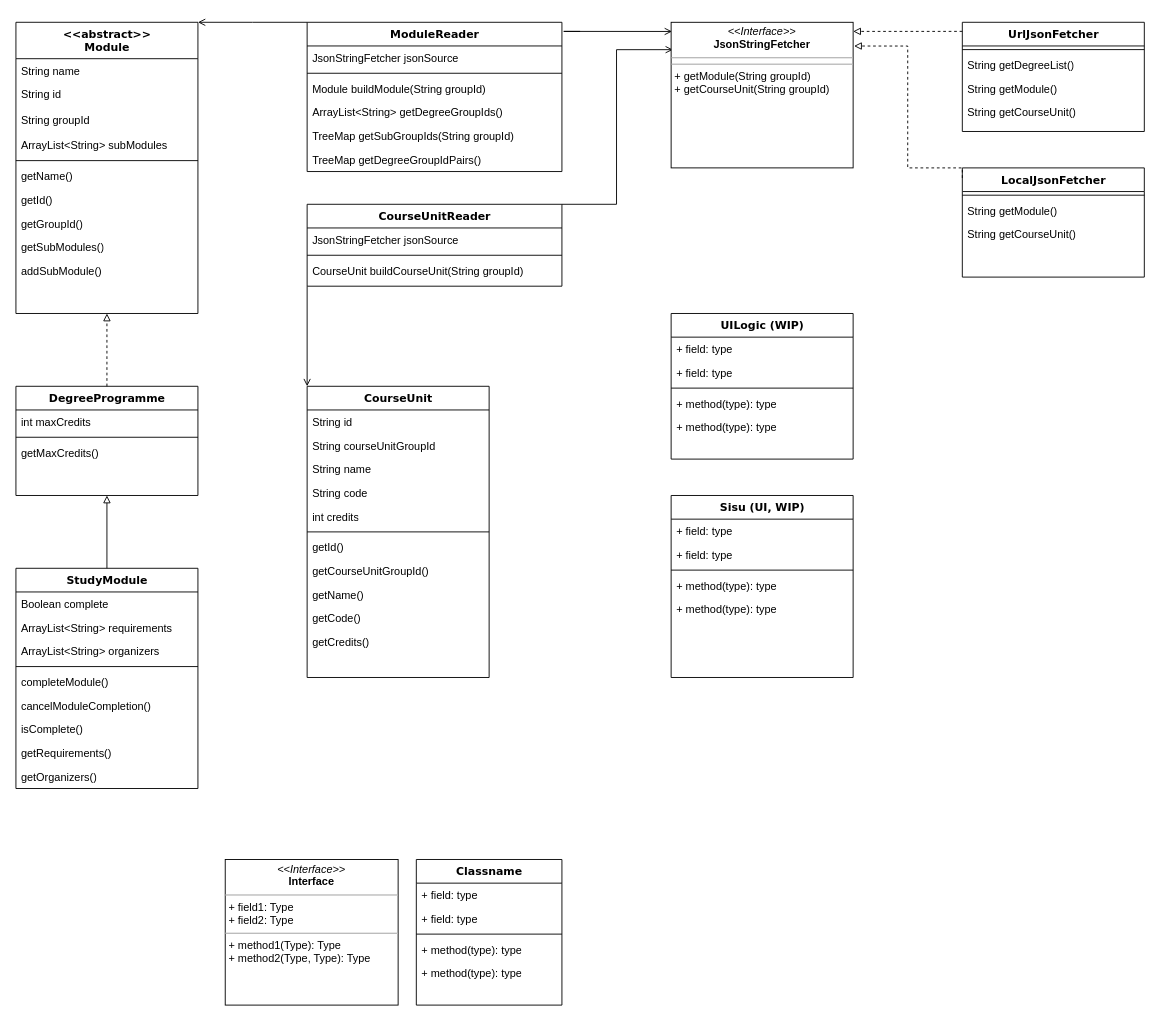
hasub0b/BetterSisu keeps this draw.io diagram as ClassDiagram.drawio. Above is the earlier version. Source tidied: cells renumbered, new cells numbered last; positions are measured from the earlier drawing's top-left corner, leaving out a move shared by most shapes. Both pictures are drawn from the tidied source at 91%, with x=0, y=0 at pixel (15, 22).
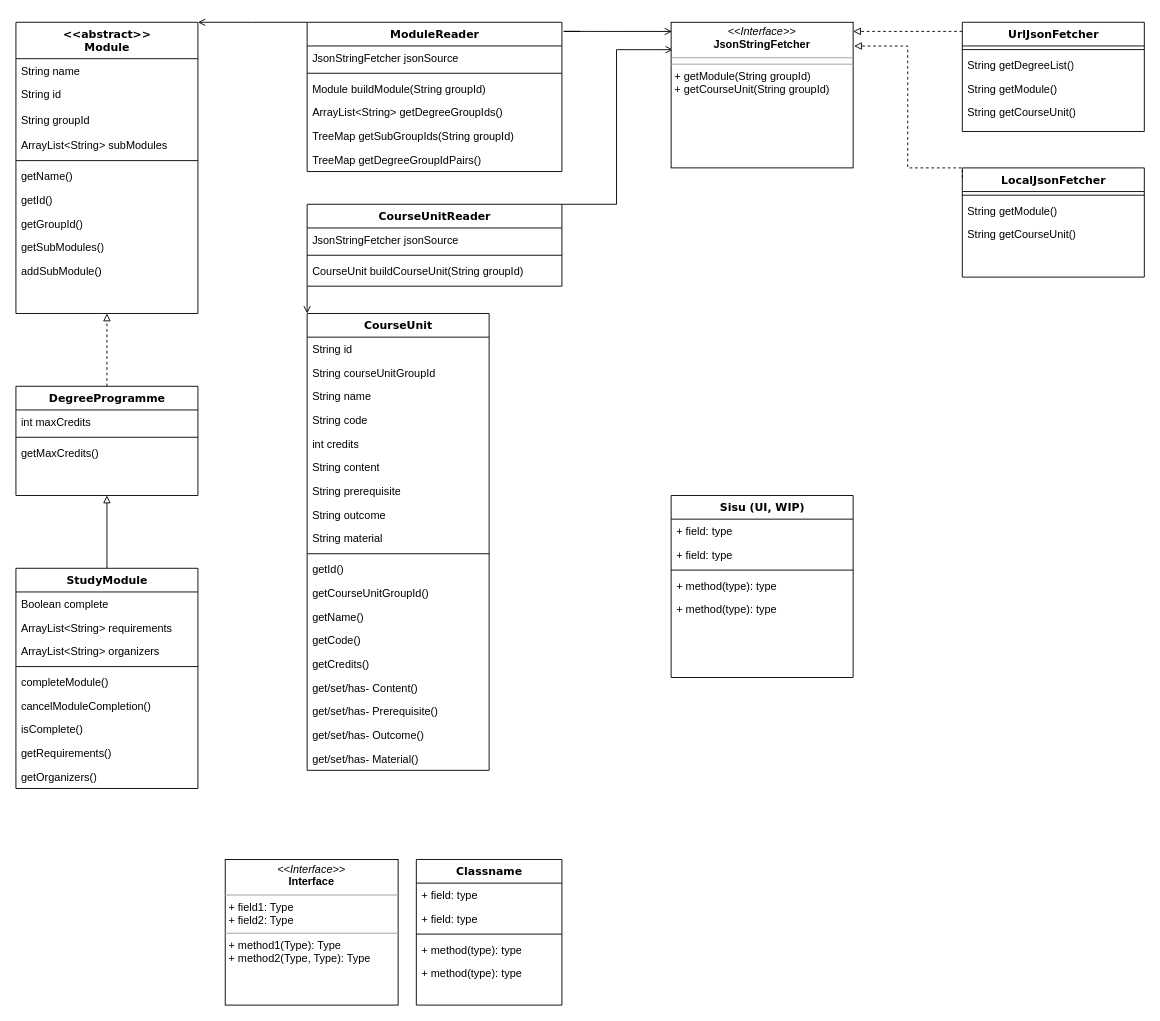
Above is the later version.

Commit message:
add additional CourseUnit info to diagram

The edit, as a diff of the source:
```diff
@@
     <mxCell id="36" value="CourseUnit" style="swimlane;html=1;fontStyle=1;align=center;verticalAlign=top;horizontal=1;startSize=26;swimlaneFillColor=#ffffff;rounded=0;shadow=0;comic=0;labelBackgroundColor=none;strokeWidth=1;fillColor=none;fontFamily=Verdana;fontSize=12;" parent="1" vertex="1">
-      <mxGeometry x="320" y="400" width="200" height="320" as="geometry" />
+      <mxGeometry x="320" y="320" width="200" height="502" as="geometry" />
     </mxCell>
@@
+    <mxCell id="87" value="&lt;div&gt;String content&lt;/div&gt;" style="text;html=1;strokeColor=none;fillColor=none;align=left;verticalAlign=top;spacingLeft=4;spacingRight=4;whiteSpace=wrap;overflow=hidden;" parent="36" vertex="1">
+      <mxGeometry y="156" width="200" height="26" as="geometry" />
+    </mxCell>
+    <mxCell id="88" value="&lt;div&gt;String prerequisite&lt;br&gt;&lt;/div&gt;" style="text;html=1;strokeColor=none;fillColor=none;align=left;verticalAlign=top;spacingLeft=4;spacingRight=4;whiteSpace=wrap;overflow=hidden;" parent="36" vertex="1">
+      <mxGeometry y="182" width="200" height="26" as="geometry" />
+    </mxCell>
+    <mxCell id="89" value="&lt;div&gt;String outcome&lt;br&gt;&lt;/div&gt;" style="text;html=1;strokeColor=none;fillColor=none;align=left;verticalAlign=top;spacingLeft=4;spacingRight=4;whiteSpace=wrap;overflow=hidden;" parent="36" vertex="1">
+      <mxGeometry y="208" width="200" height="26" as="geometry" />
+    </mxCell>
+    <mxCell id="90" value="&lt;div&gt;String material&lt;br&gt;&lt;/div&gt;" style="text;html=1;strokeColor=none;fillColor=none;align=left;verticalAlign=top;spacingLeft=4;spacingRight=4;whiteSpace=wrap;overflow=hidden;" parent="36" vertex="1">
+      <mxGeometry y="234" width="200" height="26" as="geometry" />
+    </mxCell>
     <mxCell id="42" style="line;html=1;strokeWidth=1;fillColor=none;align=left;verticalAlign=middle;spacingTop=-1;spacingLeft=3;spacingRight=3;labelPosition=right;" parent="36" vertex="1">
-      <mxGeometry y="156" width="200" height="8" as="geometry" />
+      <mxGeometry y="260" width="200" height="8" as="geometry" />
     </mxCell>
     <mxCell id="43" value="getId()" style="text;html=1;strokeColor=none;fillColor=none;align=left;verticalAlign=top;spacingLeft=4;spacingRight=4;whiteSpace=wrap;overflow=hidden;" parent="36" vertex="1">
-      <mxGeometry y="164" width="200" height="26" as="geometry" />
+      <mxGeometry y="268" width="200" height="26" as="geometry" />
     </mxCell>
     <mxCell id="44" value="getCourseUnitGroupId()" style="text;html=1;strokeColor=none;fillColor=none;align=left;verticalAlign=top;spacingLeft=4;spacingRight=4;whiteSpace=wrap;overflow=hidden;" parent="36" vertex="1">
-      <mxGeometry y="190" width="200" height="26" as="geometry" />
+      <mxGeometry y="294" width="200" height="26" as="geometry" />
     </mxCell>
     <mxCell id="45" value="getName()" style="text;html=1;strokeColor=none;fillColor=none;align=left;verticalAlign=top;spacingLeft=4;spacingRight=4;whiteSpace=wrap;overflow=hidden;" parent="36" vertex="1">
-      <mxGeometry y="216" width="200" height="26" as="geometry" />
+      <mxGeometry y="320" width="200" height="26" as="geometry" />
     </mxCell>
     <mxCell id="46" value="getCode()" style="text;html=1;strokeColor=none;fillColor=none;align=left;verticalAlign=top;spacingLeft=4;spacingRight=4;whiteSpace=wrap;overflow=hidden;" parent="36" vertex="1">
-      <mxGeometry y="242" width="200" height="26" as="geometry" />
+      <mxGeometry y="346" width="200" height="26" as="geometry" />
     </mxCell>
     <mxCell id="47" value="getCredits()" style="text;html=1;strokeColor=none;fillColor=none;align=left;verticalAlign=top;spacingLeft=4;spacingRight=4;whiteSpace=wrap;overflow=hidden;" parent="36" vertex="1">
-      <mxGeometry y="268" width="200" height="26" as="geometry" />
+      <mxGeometry y="372" width="200" height="26" as="geometry" />
     </mxCell>
+    <mxCell id="91" value="get/set/has- Content()" style="text;html=1;strokeColor=none;fillColor=none;align=left;verticalAlign=top;spacingLeft=4;spacingRight=4;whiteSpace=wrap;overflow=hidden;" parent="36" vertex="1">
+      <mxGeometry y="398" width="200" height="26" as="geometry" />
+    </mxCell>
+    <mxCell id="92" value="get/set/has- Prerequisite()" style="text;html=1;strokeColor=none;fillColor=none;align=left;verticalAlign=top;spacingLeft=4;spacingRight=4;whiteSpace=wrap;overflow=hidden;" parent="36" vertex="1">
+      <mxGeometry y="424" width="200" height="26" as="geometry" />
+    </mxCell>
+    <mxCell id="93" value="get/set/has- Outcome()" style="text;html=1;strokeColor=none;fillColor=none;align=left;verticalAlign=top;spacingLeft=4;spacingRight=4;whiteSpace=wrap;overflow=hidden;" parent="36" vertex="1">
+      <mxGeometry y="450" width="200" height="26" as="geometry" />
+    </mxCell>
+    <mxCell id="94" value="get/set/has- Material()" style="text;html=1;strokeColor=none;fillColor=none;align=left;verticalAlign=top;spacingLeft=4;spacingRight=4;whiteSpace=wrap;overflow=hidden;" parent="36" vertex="1">
+      <mxGeometry y="476" width="200" height="26" as="geometry" />
+    </mxCell>
@@
-    <mxCell id="81" value="UILogic (WIP)" style="swimlane;html=1;fontStyle=1;align=center;verticalAlign=top;horizontal=1;startSize=26;swimlaneFillColor=#ffffff;rounded=0;shadow=0;comic=0;labelBackgroundColor=none;strokeWidth=1;fillColor=none;fontFamily=Verdana;fontSize=12;" parent="1" vertex="1">
-      <mxGeometry x="720" y="320" width="200" height="160" as="geometry" />
-    </mxCell>
-    <mxCell id="82" value="+ field: type" style="text;html=1;strokeColor=none;fillColor=none;align=left;verticalAlign=top;spacingLeft=4;spacingRight=4;whiteSpace=wrap;overflow=hidden;" parent="81" vertex="1">
-      <mxGeometry y="26" width="200" height="26" as="geometry" />
-    </mxCell>
-    <mxCell id="83" value="+ field: type" style="text;html=1;strokeColor=none;fillColor=none;align=left;verticalAlign=top;spacingLeft=4;spacingRight=4;whiteSpace=wrap;overflow=hidden;" parent="81" vertex="1">
-      <mxGeometry y="52" width="200" height="26" as="geometry" />
-    </mxCell>
-    <mxCell id="84" style="line;html=1;strokeWidth=1;fillColor=none;align=left;verticalAlign=middle;spacingTop=-1;spacingLeft=3;spacingRight=3;labelPosition=right;" parent="81" vertex="1">
-      <mxGeometry y="78" width="200" height="8" as="geometry" />
-    </mxCell>
-    <mxCell id="85" value="+ method(type): type" style="text;html=1;strokeColor=none;fillColor=none;align=left;verticalAlign=top;spacingLeft=4;spacingRight=4;whiteSpace=wrap;overflow=hidden;" parent="81" vertex="1">
-      <mxGeometry y="86" width="200" height="26" as="geometry" />
-    </mxCell>
-    <mxCell id="86" value="+ method(type): type" style="text;html=1;strokeColor=none;fillColor=none;align=left;verticalAlign=top;spacingLeft=4;spacingRight=4;whiteSpace=wrap;overflow=hidden;" parent="81" vertex="1">
-      <mxGeometry y="112" width="200" height="26" as="geometry" />
-    </mxCell>
```
